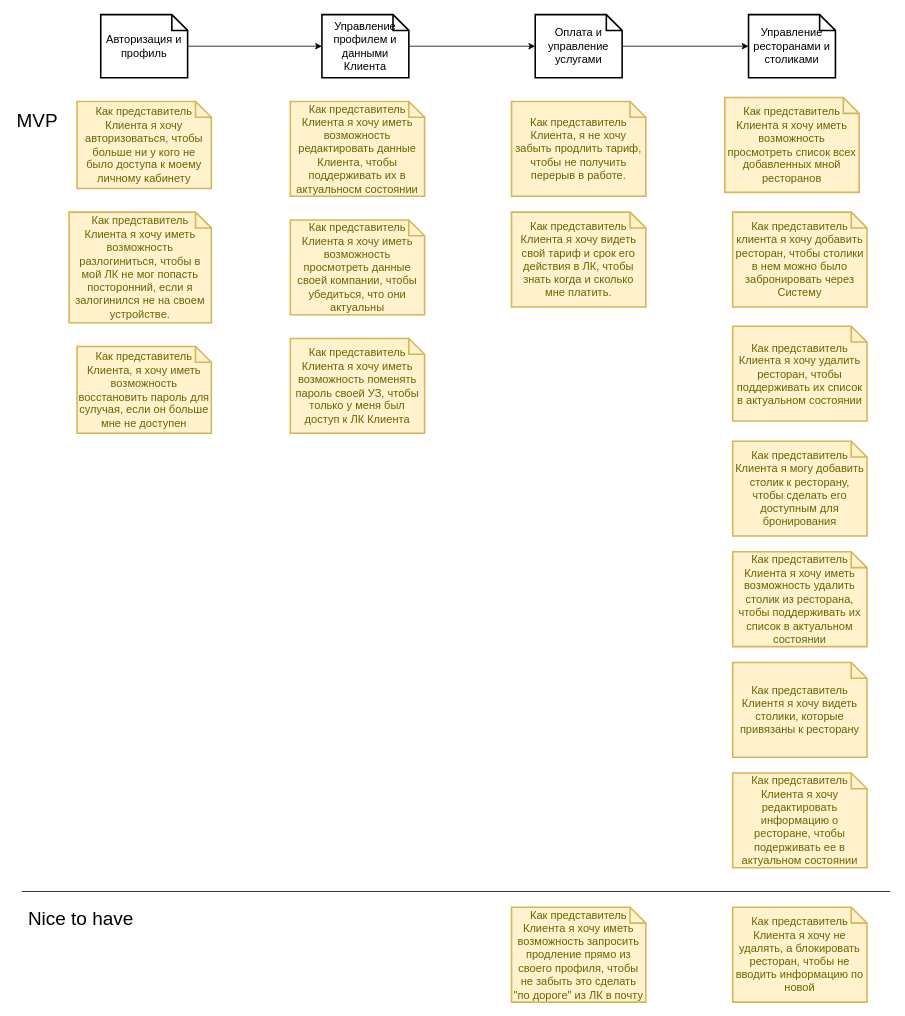
Earlier version of the draw.io diagram src/uc-member-lk.drawio (indeec05/course__final). Source tidied: cells renumbered, new cells numbered last; positions are measured from the earlier drawing's top-left corner, leaving out a move shared by most shapes. Both pictures are drawn from the tidied source at 79%, with x=0, y=0 at pixel (13, 14).
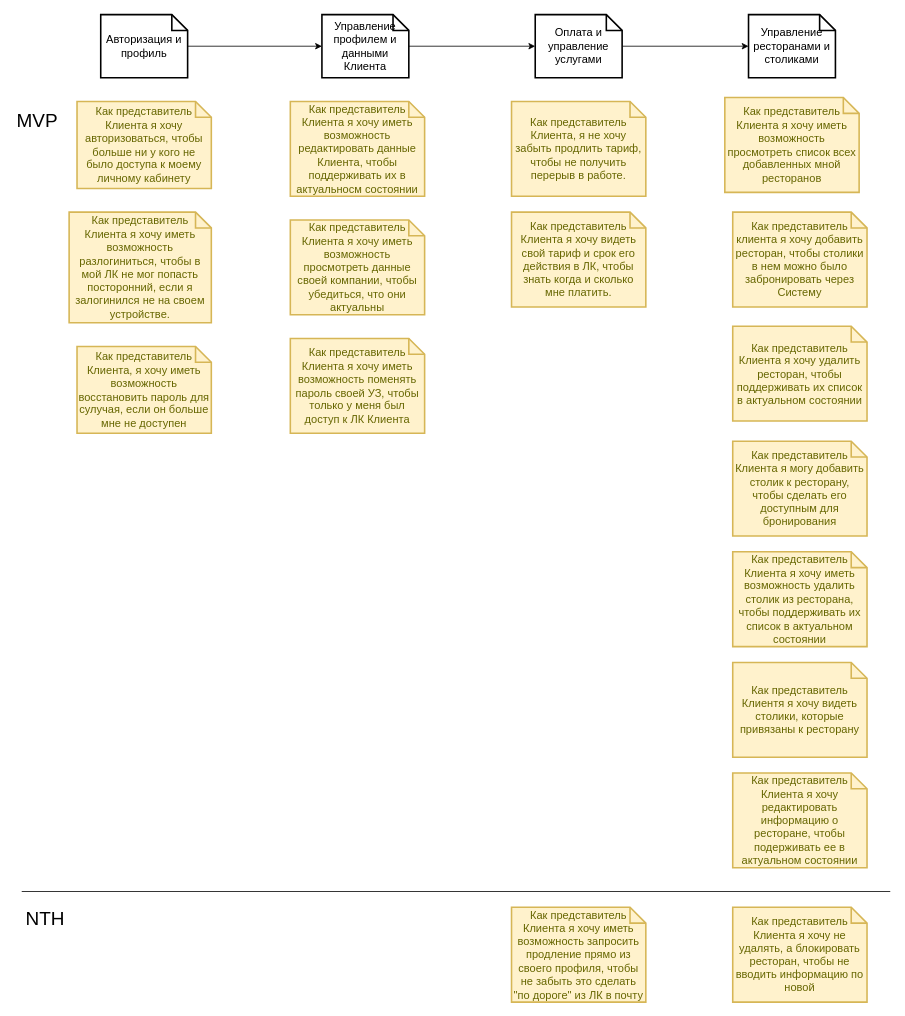
The same page after the edit.

The edit, as a diff of the source:
```diff
@@
-    <mxCell id="28" value="&lt;font style=&quot;font-size: 24px&quot;&gt;Nice to have&lt;br&gt;&lt;/font&gt;" style="text;html=1;strokeColor=none;fillColor=none;align=center;verticalAlign=middle;whiteSpace=wrap;rounded=0;" parent="1" vertex="1">
-      <mxGeometry x="10" y="1130" width="150" height="30" as="geometry" />
+    <mxCell id="28" value="&lt;font style=&quot;font-size: 24px&quot;&gt;NTH&lt;font style=&quot;font-size: 24px&quot;&gt;&lt;br&gt;&lt;/font&gt;&lt;/font&gt;" style="text;html=1;strokeColor=none;fillColor=none;align=center;verticalAlign=middle;whiteSpace=wrap;rounded=0;" parent="1" vertex="1">
+      <mxGeometry x="10" y="1130" width="60" height="30" as="geometry" />
     </mxCell>
```
